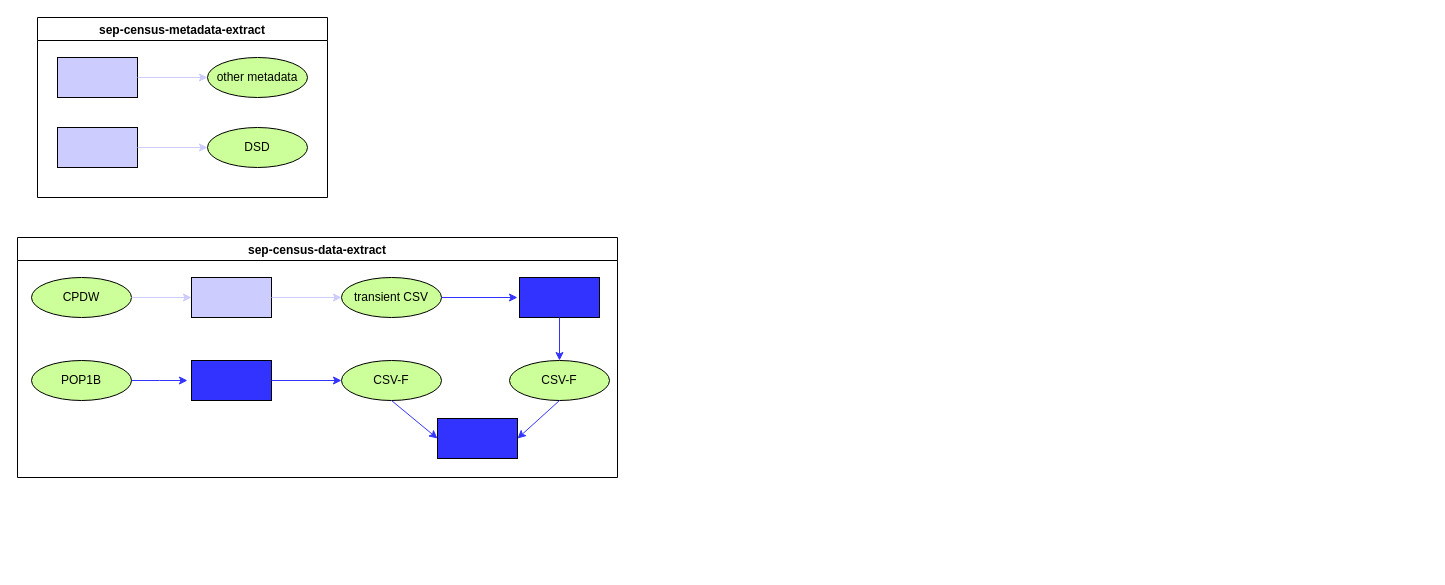
Above: img/sep-flow.drawio in INTERSTAT/Statistics-Contextualized (draw.io), before the change. Source tidied: cells renumbered, new cells numbered last; positions are measured from the earlier drawing's top-left corner, leaving out a move shared by most shapes. Both pictures are drawn from the tidied source at 100%, with x=0, y=0 at pixel (17, 17).
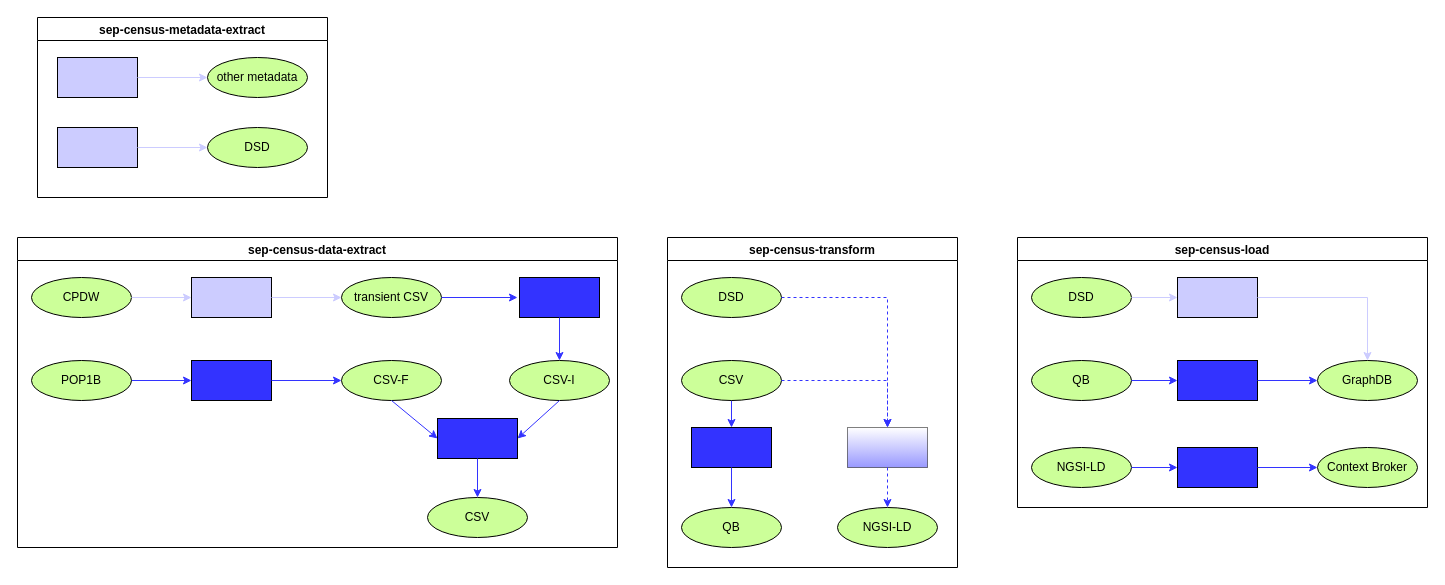
After the change.

Commit message:
Update of SEP flow

The change refers to these unchanged cells:
```xml
<mxCell id="14" style="rounded=0;whiteSpace=wrap;html=1;fillColor=#3333FF;" parent="9" vertex="1">
  <mxGeometry x="174" y="123" width="80" height="40" as="geometry" />
</mxCell>
<mxCell id="19" value="POP1B" style="ellipse;whiteSpace=wrap;html=1;fillColor=#CCFF99;" parent="9" vertex="1">
  <mxGeometry x="14" y="123" width="100" height="40" as="geometry" />
</mxCell>
<mxCell id="23" style="rounded=0;whiteSpace=wrap;html=1;fillColor=#3333FF;" parent="9" vertex="1">
  <mxGeometry x="420" y="181" width="80" height="40" as="geometry" />
</mxCell>
```

Change to the diagram source:
```diff
@@
     <mxCell id="9" value="sep-census-data-extract" style="swimlane;" parent="1" vertex="1">
-      <mxGeometry y="220" width="600" height="240" as="geometry" />
+      <mxGeometry y="220" width="600" height="310" as="geometry" />
     </mxCell>
@@
-    <mxCell id="13" style="edgeStyle=orthogonalEdgeStyle;rounded=0;jettySize=auto;html=1;strokeColor=#3333FF;exitX=1;exitY=0.5;exitDx=0;exitDy=0;" parent="9" edge="1" source="19">
-      <mxGeometry relative="1" as="geometry">
-        <mxPoint x="170" y="143" as="targetPoint" />
-      </mxGeometry>
+    <mxCell id="13" style="edgeStyle=orthogonalEdgeStyle;rounded=0;jettySize=auto;html=1;strokeColor=#3333FF;exitX=1;exitY=0.5;exitDx=0;exitDy=0;entryX=0;entryY=0.5;entryDx=0;entryDy=0;" parent="9" edge="1" source="19" target="14">
+      <mxGeometry relative="1" as="geometry" />
     </mxCell>
@@
-    <mxCell id="20" value="CSV-F" style="ellipse;whiteSpace=wrap;html=1;fillColor=#CCFF99;" parent="9" vertex="1">
+    <mxCell id="20" value="CSV-I" style="ellipse;whiteSpace=wrap;html=1;fillColor=#CCFF99;" parent="9" vertex="1">
       <mxGeometry x="492" y="123" width="100" height="40" as="geometry" />
     </mxCell>
@@
+    <mxCell id="27" value="CSV" style="ellipse;whiteSpace=wrap;html=1;fillColor=#CCFF99;" parent="9" vertex="1">
+      <mxGeometry x="410" y="260" width="100" height="40" as="geometry" />
+    </mxCell>
+    <mxCell id="28" style="endArrow=classic;html=1;rounded=0;exitX=0.5;exitY=1;exitDx=0;exitDy=0;entryX=0.5;entryY=0;entryDx=0;entryDy=0;strokeColor=#3333FF;" parent="9" edge="1" source="23" target="27">
+      <mxGeometry relative="1" as="geometry" />
+    </mxCell>
@@
+    <mxCell id="29" value="sep-census-transform" style="swimlane;" parent="1" vertex="1">
+      <mxGeometry x="650" y="220" width="290" height="330" as="geometry" />
+    </mxCell>
+    <mxCell id="30" style="edgeStyle=orthogonalEdgeStyle;rounded=0;jettySize=auto;html=1;strokeColor=#3333FF;exitX=0.5;exitY=1;exitDx=0;exitDy=0;entryX=0.5;entryY=0;entryDx=0;entryDy=0;" parent="29" edge="1" source="33" target="31">
+      <mxGeometry relative="1" as="geometry" />
+    </mxCell>
+    <mxCell id="31" style="rounded=0;whiteSpace=wrap;html=1;fillColor=#3333FF;" parent="29" vertex="1">
+      <mxGeometry x="24" y="190" width="80" height="40" as="geometry" />
+    </mxCell>
+    <mxCell id="32" value="DSD" style="ellipse;whiteSpace=wrap;html=1;fillColor=#CCFF99;" parent="29" vertex="1">
+      <mxGeometry x="14" y="40" width="100" height="40" as="geometry" />
+    </mxCell>
+    <mxCell id="33" value="CSV" style="ellipse;whiteSpace=wrap;html=1;fillColor=#CCFF99;" parent="29" vertex="1">
+      <mxGeometry x="14" y="123" width="100" height="40" as="geometry" />
+    </mxCell>
+    <mxCell id="34" value="QB" style="ellipse;whiteSpace=wrap;html=1;fillColor=#CCFF99;" parent="29" vertex="1">
+      <mxGeometry x="14" y="270" width="100" height="40" as="geometry" />
+    </mxCell>
+    <mxCell id="35" style="edgeStyle=orthogonalEdgeStyle;rounded=0;jettySize=auto;html=1;strokeColor=#3333FF;exitX=0.5;exitY=1;exitDx=0;exitDy=0;entryX=0.5;entryY=0;entryDx=0;entryDy=0;" parent="29" edge="1" source="31" target="34">
+      <mxGeometry relative="1" as="geometry" />
+    </mxCell>
+    <mxCell id="36" style="rounded=0;whiteSpace=wrap;html=1;fillColor=#3333FF;gradientColor=#ffffff;gradientDirection=north;opacity=50;" parent="29" vertex="1">
+      <mxGeometry x="180" y="190" width="80" height="40" as="geometry" />
+    </mxCell>
+    <mxCell id="37" value="NGSI-LD" style="ellipse;whiteSpace=wrap;html=1;fillColor=#CCFF99;" parent="29" vertex="1">
+      <mxGeometry x="170" y="270" width="100" height="40" as="geometry" />
+    </mxCell>
+    <mxCell id="38" style="edgeStyle=orthogonalEdgeStyle;rounded=0;jettySize=auto;html=1;strokeColor=#3333FF;exitX=0.5;exitY=1;exitDx=0;exitDy=0;entryX=0.5;entryY=0;entryDx=0;entryDy=0;dashed=1;" parent="29" edge="1" source="36" target="37">
+      <mxGeometry relative="1" as="geometry" />
+    </mxCell>
+    <mxCell id="39" style="edgeStyle=orthogonalEdgeStyle;rounded=0;jettySize=auto;html=1;strokeColor=#3333FF;exitX=1;exitY=0.5;exitDx=0;exitDy=0;entryX=0.5;entryY=0;entryDx=0;entryDy=0;dashed=1;" parent="29" edge="1" source="32" target="36">
+      <mxGeometry relative="1" as="geometry" />
+    </mxCell>
+    <mxCell id="40" style="edgeStyle=orthogonalEdgeStyle;rounded=0;jettySize=auto;html=1;strokeColor=#3333FF;exitX=1;exitY=0.5;exitDx=0;exitDy=0;entryX=0.5;entryY=0;entryDx=0;entryDy=0;dashed=1;" parent="29" edge="1" source="33" target="36">
+      <mxGeometry relative="1" as="geometry" />
+    </mxCell>
+    <mxCell id="41" value="sep-census-load" style="swimlane;" parent="1" vertex="1">
+      <mxGeometry x="1000" y="220" width="410" height="270" as="geometry" />
+    </mxCell>
+    <mxCell id="42" style="rounded=0;whiteSpace=wrap;html=1;fillColor=#3333FF;" parent="41" vertex="1">
+      <mxGeometry x="160" y="123" width="80" height="40" as="geometry" />
+    </mxCell>
+    <mxCell id="43" value="DSD" style="ellipse;whiteSpace=wrap;html=1;fillColor=#CCFF99;" parent="41" vertex="1">
+      <mxGeometry x="14" y="40" width="100" height="40" as="geometry" />
+    </mxCell>
+    <mxCell id="44" value="QB" style="ellipse;whiteSpace=wrap;html=1;fillColor=#CCFF99;" parent="41" vertex="1">
+      <mxGeometry x="14" y="123" width="100" height="40" as="geometry" />
+    </mxCell>
+    <mxCell id="45" value="NGSI-LD" style="ellipse;whiteSpace=wrap;html=1;fillColor=#CCFF99;" parent="41" vertex="1">
+      <mxGeometry x="14" y="210" width="100" height="40" as="geometry" />
+    </mxCell>
+    <mxCell id="46" style="edgeStyle=orthogonalEdgeStyle;rounded=0;jettySize=auto;html=1;strokeColor=#3333FF;exitX=1;exitY=0.5;exitDx=0;exitDy=0;entryX=0;entryY=0.5;entryDx=0;entryDy=0;" parent="41" edge="1" source="44" target="42">
+      <mxGeometry relative="1" as="geometry" />
+    </mxCell>
+    <mxCell id="47" value="GraphDB" style="ellipse;whiteSpace=wrap;html=1;fillColor=#CCFF99;" parent="41" vertex="1">
+      <mxGeometry x="300" y="123" width="100" height="40" as="geometry" />
+    </mxCell>
+    <mxCell id="48" style="rounded=0;whiteSpace=wrap;html=1;fillColor=#CCCCFF;" parent="41" vertex="1">
+      <mxGeometry x="160" y="40" width="80" height="40" as="geometry" />
+    </mxCell>
+    <mxCell id="49" style="endArrow=classic;html=1;rounded=0;exitX=1;exitY=0.5;exitDx=0;exitDy=0;strokeColor=#CCCCFF;" parent="41" edge="1" source="43">
+      <mxGeometry relative="1" as="geometry">
+        <mxPoint x="160" y="60" as="targetPoint" />
+      </mxGeometry>
+    </mxCell>
+    <mxCell id="50" style="endArrow=classic;html=1;rounded=0;exitX=1;exitY=0.5;exitDx=0;exitDy=0;strokeColor=#CCCCFF;edgeStyle=orthogonalEdgeStyle;entryX=0.5;entryY=0;entryDx=0;entryDy=0;" parent="41" edge="1" source="48" target="47">
+      <mxGeometry relative="1" as="geometry" />
+    </mxCell>
+    <mxCell id="51" style="edgeStyle=orthogonalEdgeStyle;rounded=0;jettySize=auto;html=1;strokeColor=#3333FF;exitX=1;exitY=0.5;exitDx=0;exitDy=0;entryX=0;entryY=0.5;entryDx=0;entryDy=0;" parent="41" edge="1" source="42" target="47">
+      <mxGeometry relative="1" as="geometry" />
+    </mxCell>
+    <mxCell id="52" value="Context Broker" style="ellipse;whiteSpace=wrap;html=1;fillColor=#CCFF99;" parent="41" vertex="1">
+      <mxGeometry x="300" y="210" width="100" height="40" as="geometry" />
+    </mxCell>
+    <mxCell id="53" style="rounded=0;whiteSpace=wrap;html=1;fillColor=#3333FF;" parent="41" vertex="1">
+      <mxGeometry x="160" y="210" width="80" height="40" as="geometry" />
+    </mxCell>
+    <mxCell id="54" style="edgeStyle=orthogonalEdgeStyle;rounded=0;jettySize=auto;html=1;strokeColor=#3333FF;exitX=1;exitY=0.5;exitDx=0;exitDy=0;entryX=0;entryY=0.5;entryDx=0;entryDy=0;" parent="41" edge="1" source="45" target="53">
+      <mxGeometry relative="1" as="geometry" />
+    </mxCell>
+    <mxCell id="55" style="edgeStyle=orthogonalEdgeStyle;rounded=0;jettySize=auto;html=1;strokeColor=#3333FF;exitX=1;exitY=0.5;exitDx=0;exitDy=0;entryX=0;entryY=0.5;entryDx=0;entryDy=0;exitPerimeter=0;" parent="41" edge="1" source="53" target="52">
+      <mxGeometry relative="1" as="geometry" />
+    </mxCell>
```
